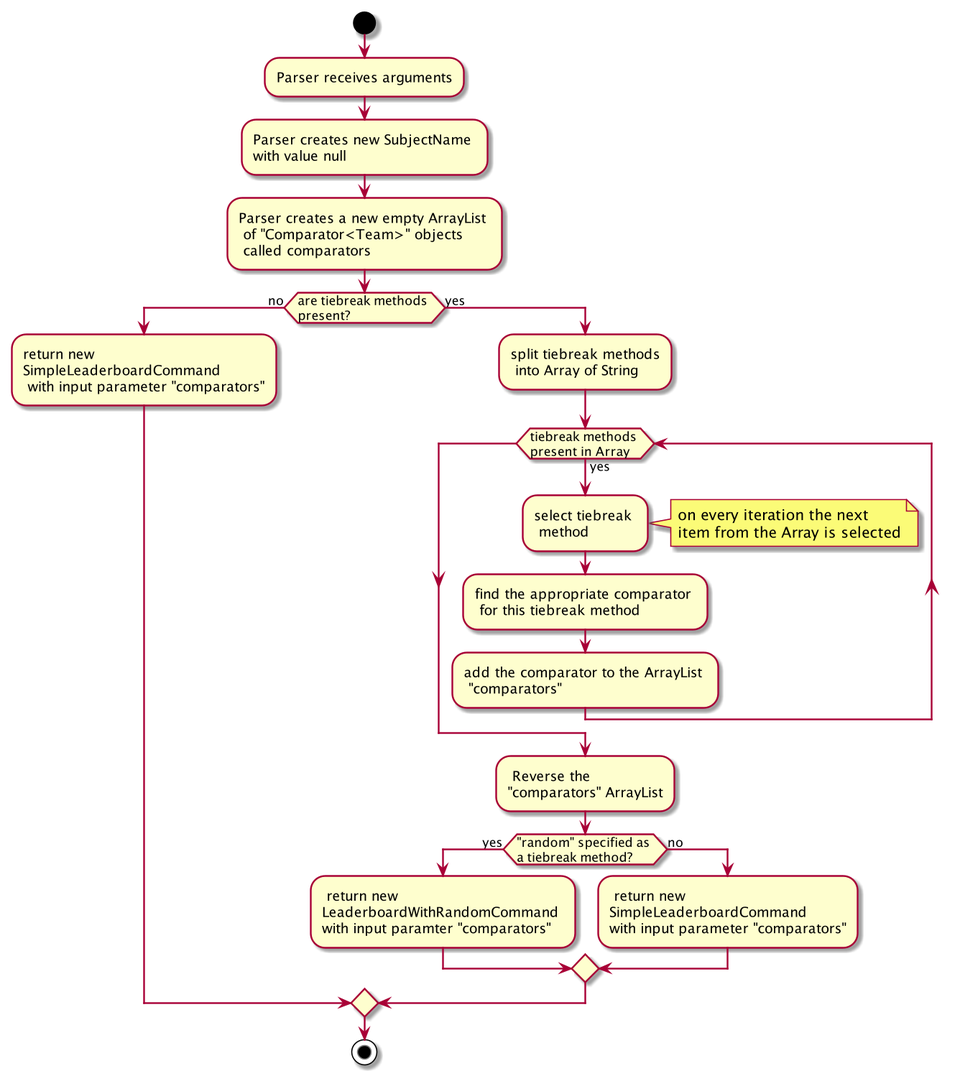
The PlantUML diagram docs/images/TieBreakActivityDiagram.png in AY1920S1-CS2103T-F11-1/main, before a commit.
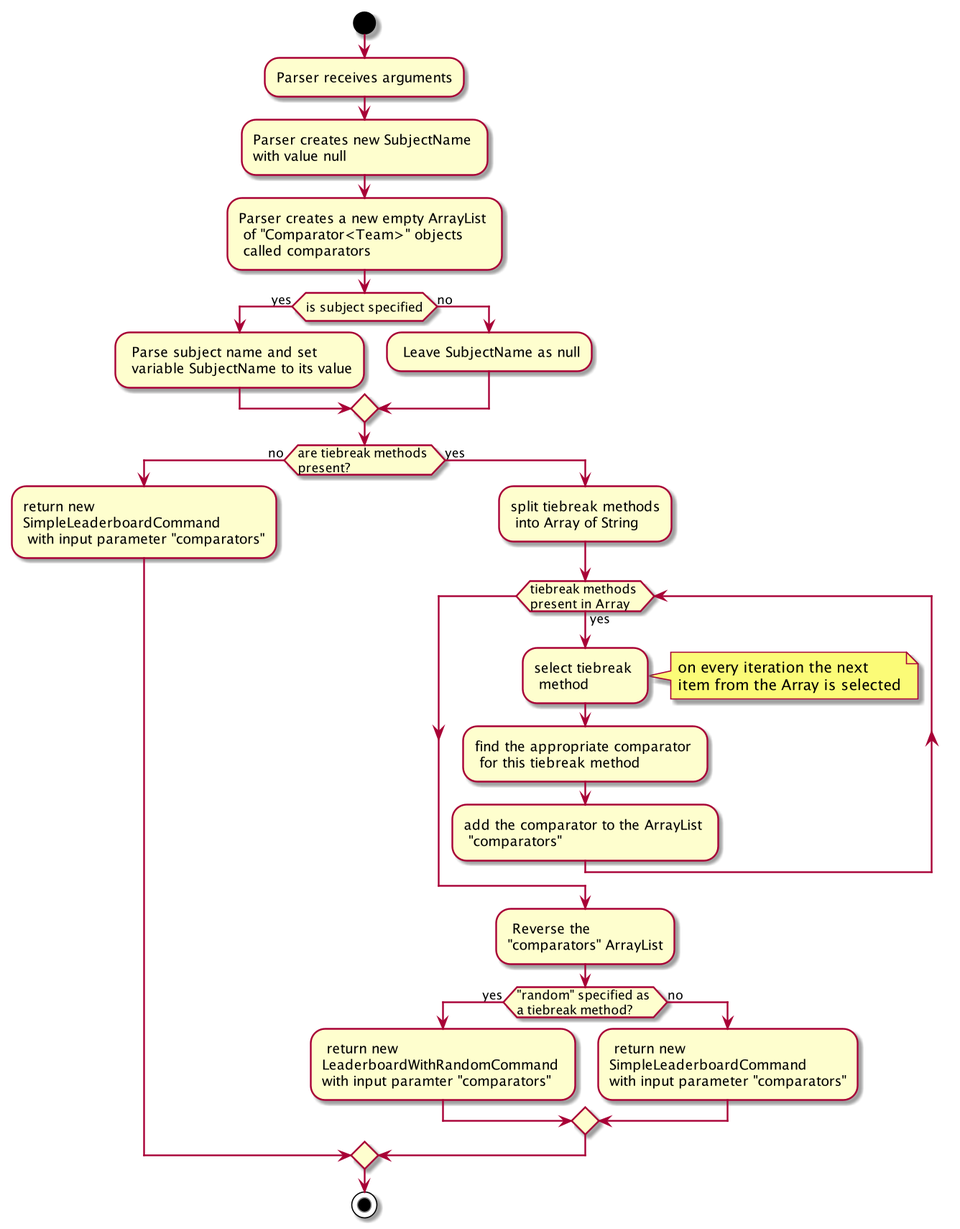
The same diagram one commit later.

The edit, as a diff of the source:
```diff
@@ -4,6 +4,12 @@
 :Parser receives arguments;
 :Parser creates new SubjectName \nwith value null;
 :Parser creates a new empty ArrayList \n of "Comparator<Team>" objects \n called comparators;
+
+if (is subject specified) then (yes)
+: Parse subject name and set \n variable SubjectName to its value;
+else (no)
+: Leave SubjectName as null;
+endif
 
 if (are tiebreak methods \npresent?) then (no)
 :return new \nSimpleLeaderboardCommand \n with input parameter "comparators";
```
